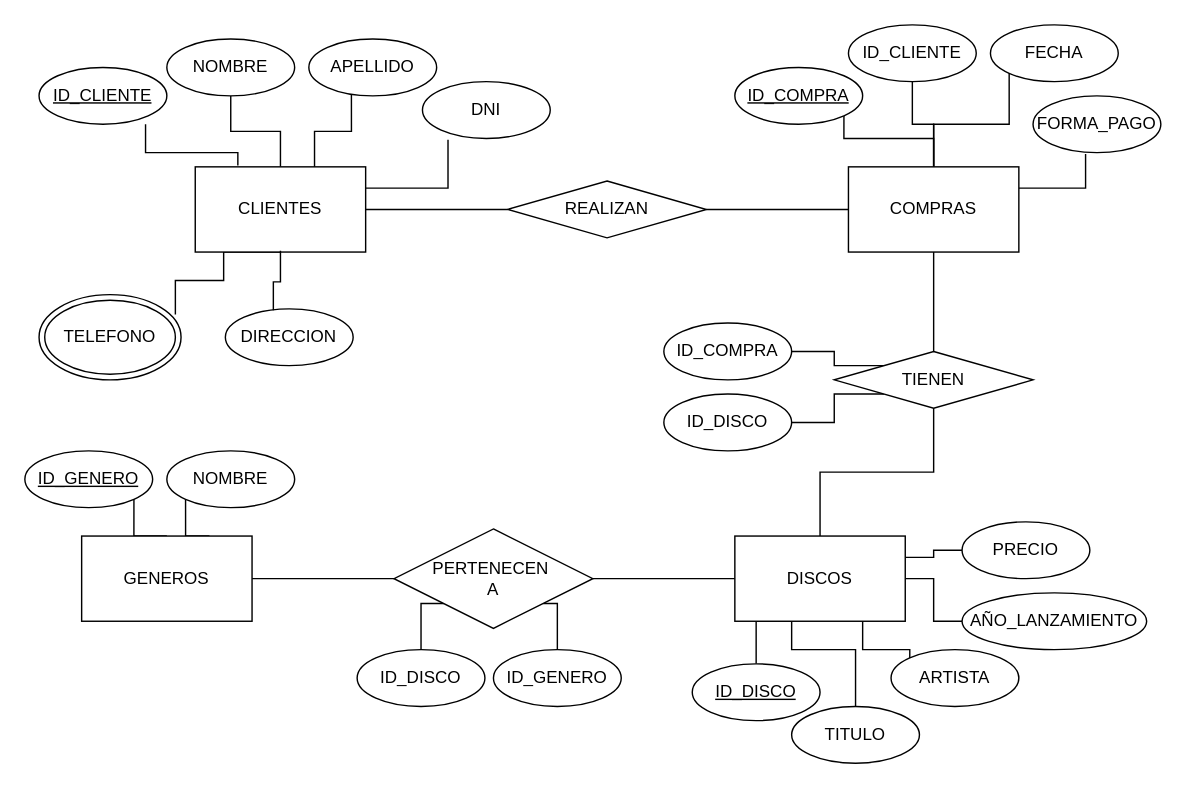
Above: Diagrama sin título.drawio in sirnas1983/ejerciciosSemana5 (draw.io), before the change. Source tidied: cells renumbered, new cells numbered last; positions are measured from the earlier drawing's top-left corner, leaving out a move shared by most shapes. Both pictures are drawn from the tidied source at 142%, with x=0, y=0 at pixel (24, 24).
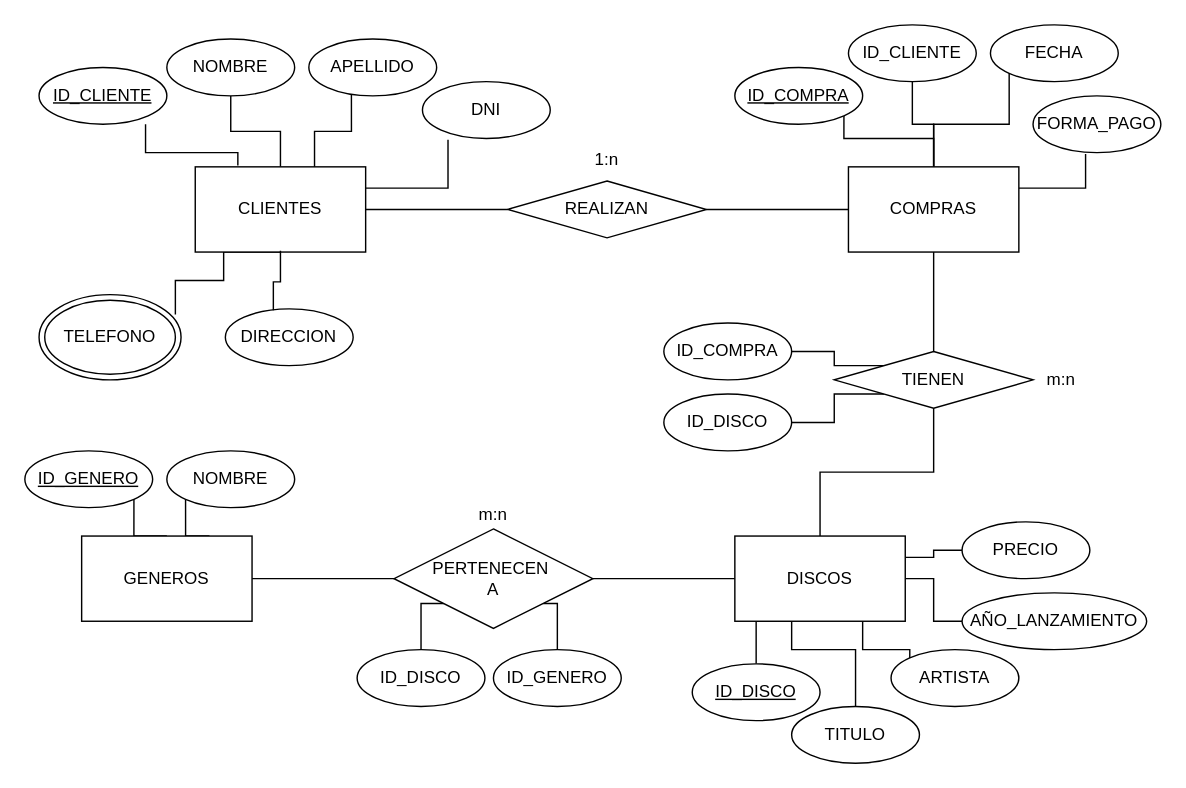
Above is the later version.

The edit, as a diff of the source:
```diff
@@
+    <mxCell id="57" value="1:n" style="text;html=1;strokeColor=none;fillColor=none;align=center;verticalAlign=middle;whiteSpace=wrap;rounded=0;" parent="1" vertex="1">
+      <mxGeometry x="380" y="80" width="60" height="30" as="geometry" />
+    </mxCell>
+    <mxCell id="58" value="m:n" style="text;html=1;strokeColor=none;fillColor=none;align=center;verticalAlign=middle;whiteSpace=wrap;rounded=0;" parent="1" vertex="1">
+      <mxGeometry x="700" y="235" width="60" height="30" as="geometry" />
+    </mxCell>
+    <mxCell id="59" value="m:n" style="text;html=1;strokeColor=none;fillColor=none;align=center;verticalAlign=middle;whiteSpace=wrap;rounded=0;" parent="1" vertex="1">
+      <mxGeometry x="300" y="330" width="60" height="30" as="geometry" />
+    </mxCell>
```
